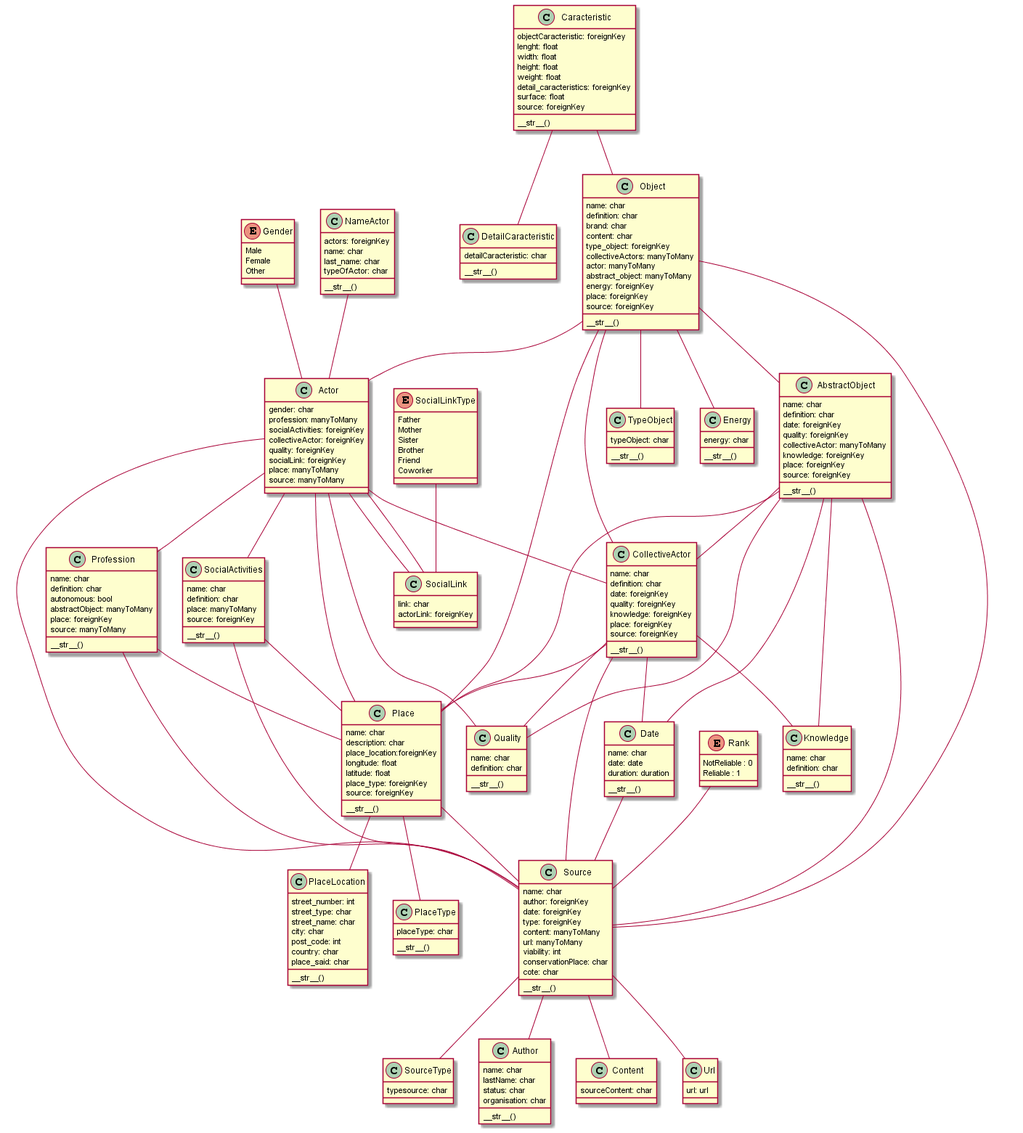
Hendercraft/TTM-API keeps this PlantUML diagram as diagrams/out/model_overview.png. Above is the earlier version.
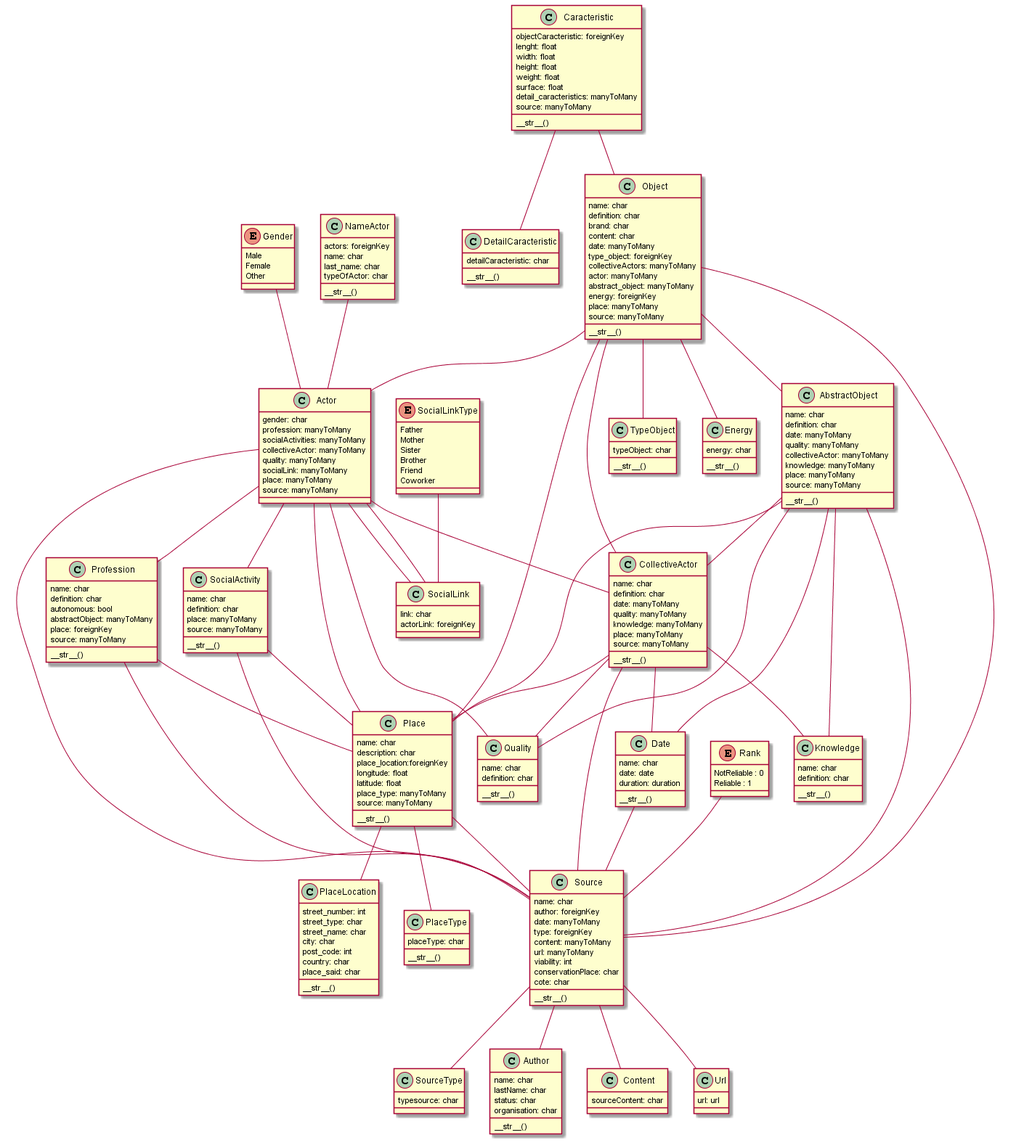
After the commit.

Commit message:
Add fr description to readme, fix foreign key to many to many key, change name of Social Activity, serializers finished with diagrams up to date

What changed in the source:
```diff
@@ -40,7 +40,7 @@
 class Source {
     name: char
     author: foreignKey
-    date: foreignKey
+    date: manyToMany
     type: foreignKey
     content: manyToMany
     url: manyToMany
@@ -80,8 +80,8 @@
     place_location:foreignKey
     longitude: float
     latitude: float
-    place_type: foreignKey
-    source: foreignKey
+    place_type: manyToMany
+    source: manyToMany
 
     __str__()
 }
@@ -96,11 +96,11 @@
 class CollectiveActor {
     name: char
     definition: char
-    date: foreignKey
-    quality: foreignKey
-    knowledge: foreignKey
-    place: foreignKey
-    source: foreignKey
+    date: manyToMany
+    quality: manyToMany
+    knowledge: manyToMany
+    place: manyToMany
+    source: manyToMany
 
     __str__()
 }
@@ -108,12 +108,12 @@
 class AbstractObject {
     name: char
     definition: char
-    date: foreignKey
-    quality: foreignKey
+    date: manyToMany
+    quality: manyToMany
     collectiveActor: manyToMany
-    knowledge: foreignKey
-    place: foreignKey
-    source: foreignKey
+    knowledge: manyToMany
+    place: manyToMany
+    source: manyToMany
 
     __str__()
 }
@@ -129,11 +129,11 @@
     __str__()
 }
 
-class SocialActivities{
+class SocialActivity{
     name: char
     definition: char
     place: manyToMany
-    source: foreignKey
+    source: manyToMany
 
     __str__()
 }
@@ -155,10 +155,10 @@
 class Actor {
     gender: char
     profession: manyToMany
-    socialActivities: foreignKey
-    collectiveActor: foreignKey
-    quality: foreignKey
-    socialLink: foreignKey
+    socialActivities: manyToMany
+    collectiveActor: manyToMany
+    quality: manyToMany
+    socialLink: manyToMany
     place: manyToMany
     source: manyToMany
 }
@@ -201,13 +201,14 @@
     definition: char
     brand: char
     content: char
+    date: manyToMany
     type_object: foreignKey
     collectiveActors: manyToMany
     actor: manyToMany
     abstract_object: manyToMany
     energy: foreignKey
-    place: foreignKey
-    source: foreignKey
+    place: manyToMany
+    source: manyToMany
 
     __str__()
 }
@@ -218,9 +219,9 @@
     width: float
     height: float
     weight: float
-    detail_caracteristics: foreignKey
     surface: float
-    source: foreignKey
+    detail_caracteristics: manyToMany
+    source: manyToMany
 
     __str__()
 }
@@ -254,14 +255,14 @@
 Profession -- Place
 Profession -- Source
 
-SocialActivities -- Place
-SocialActivities -- Source
+SocialActivity -- Place
+SocialActivity -- Source
 
 SocialLink -- Actor
 SocialLinkType -- SocialLink
 
 Actor -- Profession
-Actor -- SocialActivities
+Actor -- SocialActivity
 Actor -- CollectiveActor
 Actor -- Quality
 Actor -- SocialLink
```
